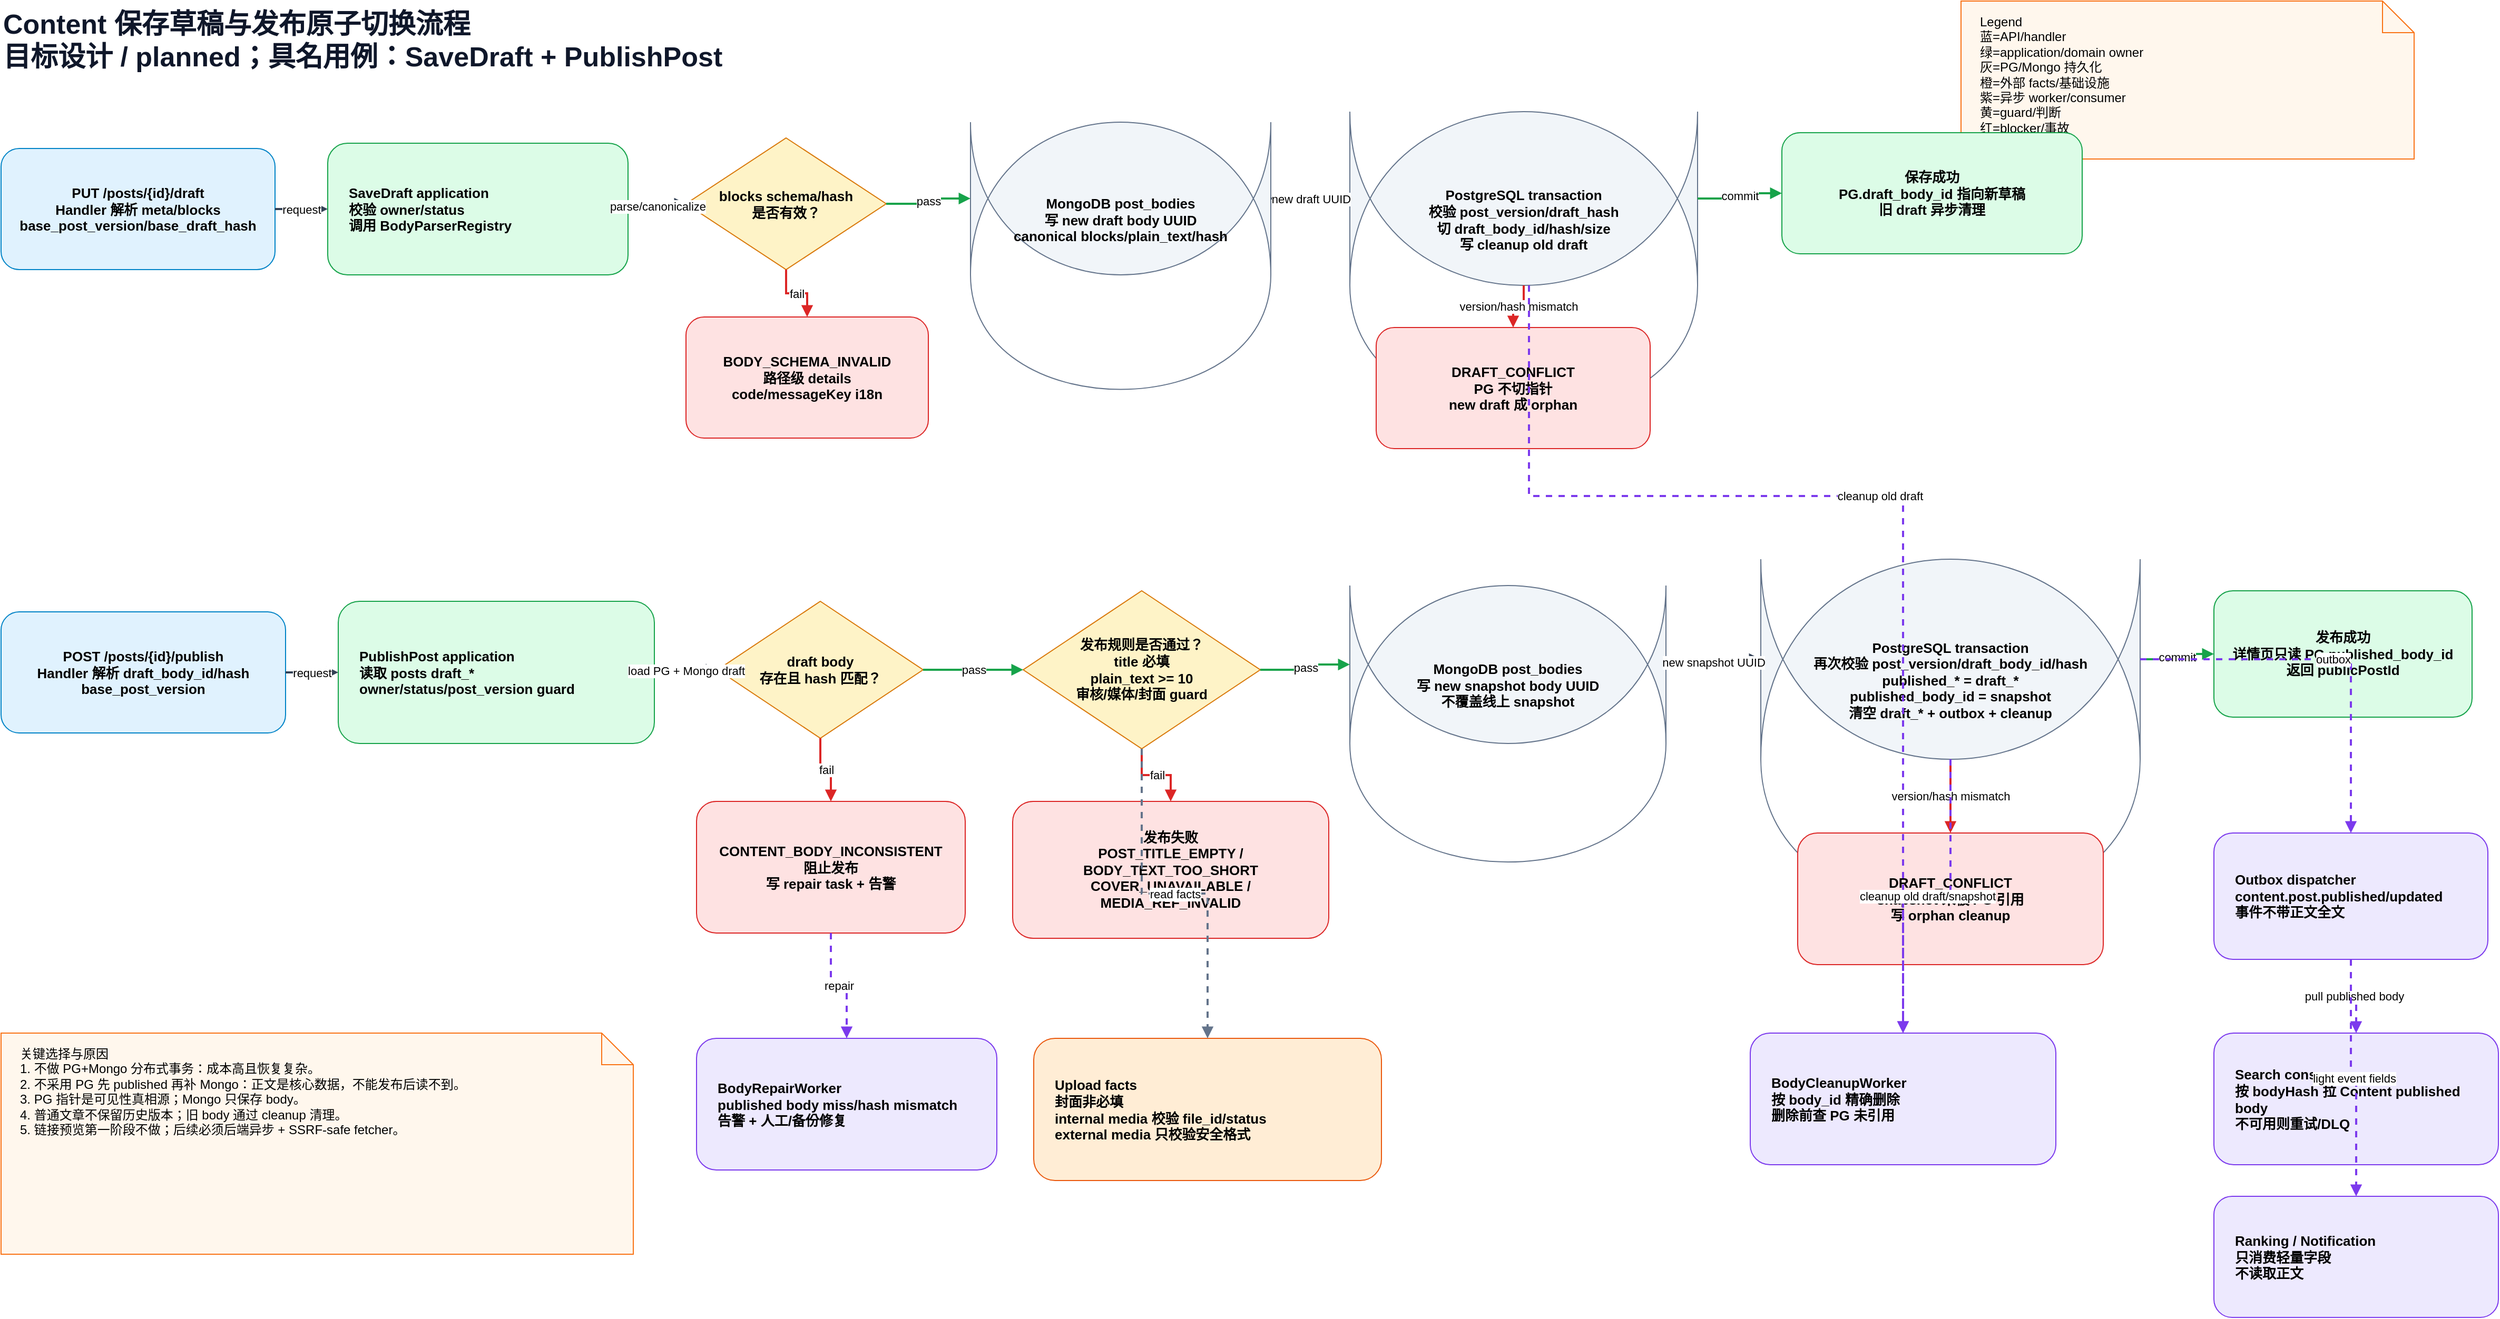
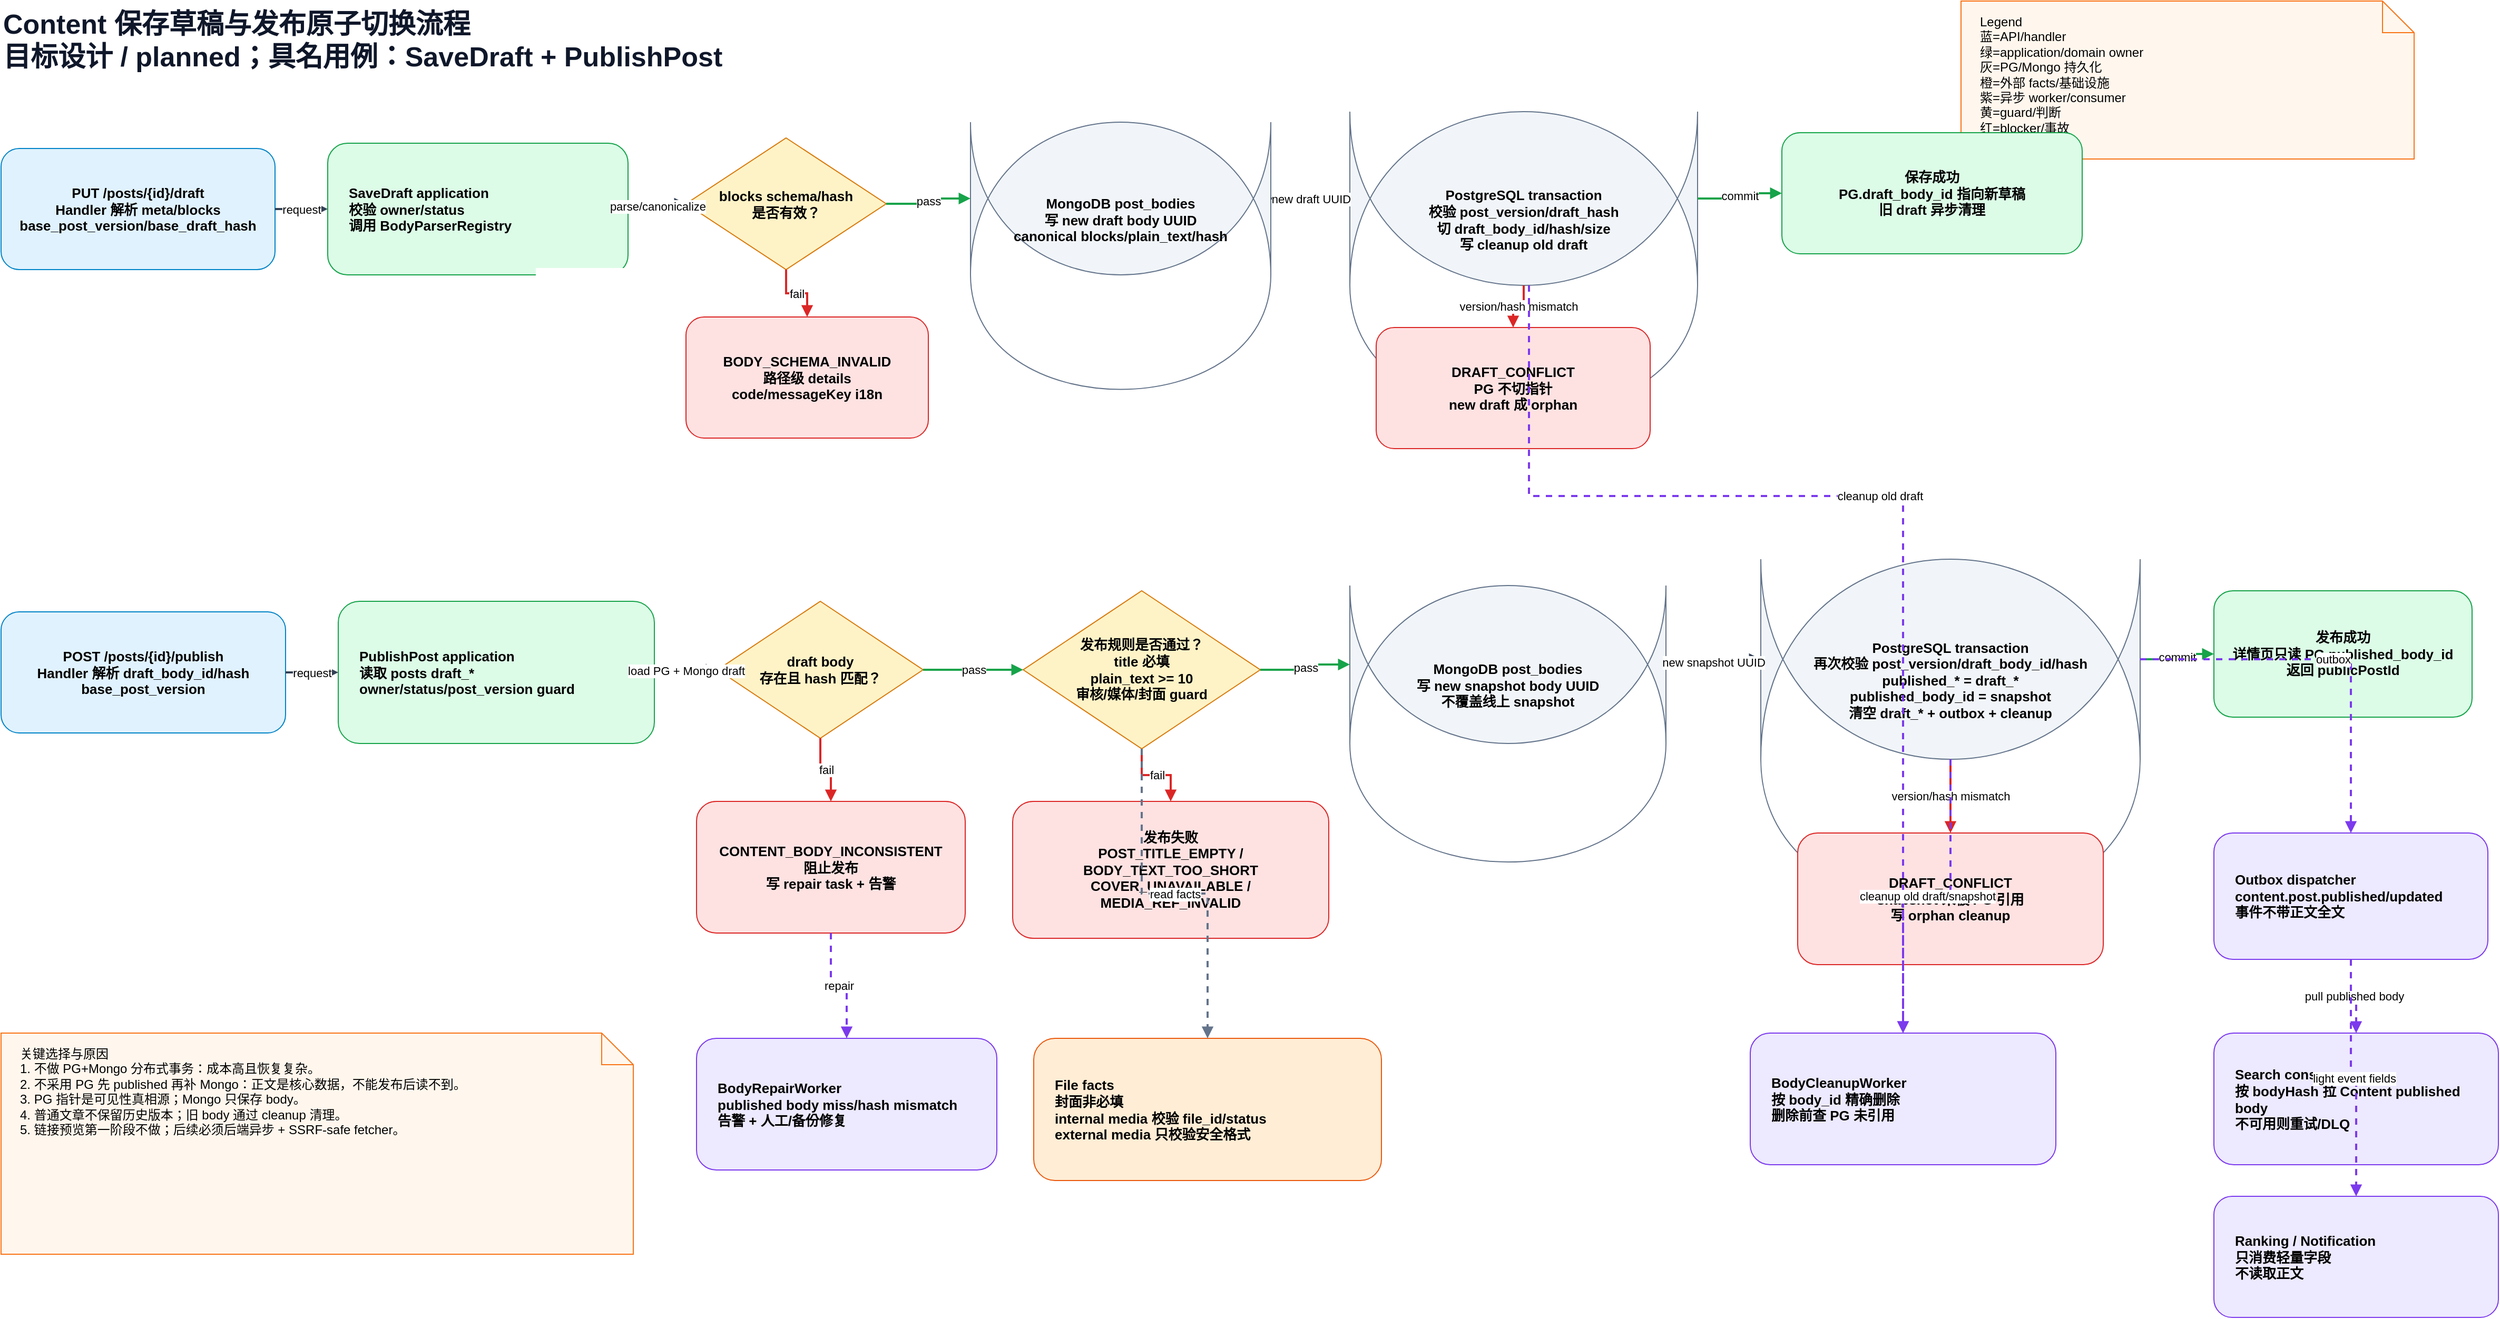
<mxfile host="app.diagrams.net" modified="2026-06-26T00:00:00.000Z" agent="Codex" version="30.0.2" type="device">
  <diagram id="content-publish-workflow" name="Content 保存草稿与发布原子切换流程">
    <mxGraphModel dx="2400" dy="1350" grid="1" gridSize="10" guides="1" tooltips="1" connect="1" arrows="1" fold="1" page="1" pageScale="1" pageWidth="2400" pageHeight="1350" math="0" shadow="0">
      <root>
        <mxCell id="0"/>
        <mxCell id="1" parent="0"/>
        <mxCell id="title" value="Content 保存草稿与发布原子切换流程&#xa;目标设计 / planned；具名用例：SaveDraft + PublishPost" style="text;html=1;strokeColor=none;fillColor=none;align=left;verticalAlign=top;whiteSpace=wrap;fontSize=26;fontStyle=1;fontColor=#0f172a;" vertex="1" parent="1"><mxGeometry x="40" y="30" width="1500" height="80" as="geometry"/></mxCell>
        <mxCell id="legend" value="Legend&#xa;蓝=API/handler&#xa;绿=application/domain owner&#xa;灰=PG/Mongo 持久化&#xa;橙=外部 facts/基础设施&#xa;紫=异步 worker/consumer&#xa;黄=guard/判断&#xa;红=blocker/事故" style="shape=note;whiteSpace=wrap;html=1;fillColor=#fff7ed;strokeColor=#f97316;fontSize=12;align=left;verticalAlign=top;spacing=8;spacingLeft=10;" vertex="1" parent="1"><mxGeometry x="1900" y="30" width="430" height="150" as="geometry"/></mxCell>

        <mxCell id="draft-entry" value="PUT /posts/{id}/draft&#xa;Handler 解析 meta/blocks&#xa;base_post_version/base_draft_hash" style="rounded=1;whiteSpace=wrap;html=1;fillColor=#e0f2fe;strokeColor=#0284c7;fontSize=13;fontStyle=1;align=center;verticalAlign=middle;spacing=8;" vertex="1" parent="1"><mxGeometry x="40" y="170" width="260" height="115" as="geometry"/></mxCell>
        <mxCell id="draft-app" value="SaveDraft application&#xa;校验 owner/status&#xa;调用 BodyParserRegistry" style="rounded=1;whiteSpace=wrap;html=1;fillColor=#dcfce7;strokeColor=#16a34a;fontSize=13;fontStyle=1;align=left;verticalAlign=middle;spacing=8;spacingLeft=12;" vertex="1" parent="1"><mxGeometry x="350" y="165" width="285" height="125" as="geometry"/></mxCell>
        <mxCell id="schema-guard" value="blocks schema/hash&#xa;是否有效？" style="rhombus;whiteSpace=wrap;html=1;fillColor=#fef3c7;strokeColor=#d97706;fontSize=13;fontStyle=1;align=center;verticalAlign=middle;spacing=6;" vertex="1" parent="1"><mxGeometry x="690" y="160" width="190" height="125" as="geometry"/></mxCell>
        <mxCell id="schema-blocker" value="BODY_SCHEMA_INVALID&#xa;路径级 details&#xa;code/messageKey i18n" style="rounded=1;whiteSpace=wrap;html=1;fillColor=#fee2e2;strokeColor=#dc2626;fontSize=13;fontStyle=1;align=center;verticalAlign=middle;spacing=8;" vertex="1" parent="1"><mxGeometry x="690" y="330" width="230" height="115" as="geometry"/></mxCell>
        <mxCell id="mongo-draft" value="MongoDB post_bodies&#xa;写 new draft body UUID&#xa;canonical blocks/plain_text/hash" style="shape=cylinder;whiteSpace=wrap;html=1;boundedLbl=1;backgroundOutline=1;size=15;fillColor=#f1f5f9;strokeColor=#64748b;fontSize=13;fontStyle=1;align=center;verticalAlign=middle;spacing=8;" vertex="1" parent="1"><mxGeometry x="960" y="145" width="285" height="145" as="geometry"/></mxCell>
        <mxCell id="pg-draft-tx" value="PostgreSQL transaction&#xa;校验 post_version/draft_hash&#xa;切 draft_body_id/hash/size&#xa;写 cleanup old draft" style="shape=cylinder;whiteSpace=wrap;html=1;boundedLbl=1;backgroundOutline=1;size=15;fillColor=#f1f5f9;strokeColor=#64748b;fontSize=13;fontStyle=1;align=center;verticalAlign=middle;spacing=8;" vertex="1" parent="1"><mxGeometry x="1320" y="135" width="330" height="165" as="geometry"/></mxCell>
        <mxCell id="draft-conflict" value="DRAFT_CONFLICT&#xa;PG 不切指针&#xa;new draft 成 orphan" style="rounded=1;whiteSpace=wrap;html=1;fillColor=#fee2e2;strokeColor=#dc2626;fontSize=13;fontStyle=1;align=center;verticalAlign=middle;spacing=8;" vertex="1" parent="1"><mxGeometry x="1345" y="340" width="260" height="115" as="geometry"/></mxCell>
        <mxCell id="draft-ok" value="保存成功&#xa;PG.draft_body_id 指向新草稿&#xa;旧 draft 异步清理" style="rounded=1;whiteSpace=wrap;html=1;fillColor=#dcfce7;strokeColor=#16a34a;fontSize=13;fontStyle=1;align=center;verticalAlign=middle;spacing=8;" vertex="1" parent="1"><mxGeometry x="1730" y="155" width="285" height="115" as="geometry"/></mxCell>

        <mxCell id="publish-entry" value="POST /posts/{id}/publish&#xa;Handler 解析 draft_body_id/hash&#xa;base_post_version" style="rounded=1;whiteSpace=wrap;html=1;fillColor=#e0f2fe;strokeColor=#0284c7;fontSize=13;fontStyle=1;align=center;verticalAlign=middle;spacing=8;" vertex="1" parent="1"><mxGeometry x="40" y="610" width="270" height="115" as="geometry"/></mxCell>
        <mxCell id="publish-app" value="PublishPost application&#xa;读取 posts draft_*&#xa;owner/status/post_version guard" style="rounded=1;whiteSpace=wrap;html=1;fillColor=#dcfce7;strokeColor=#16a34a;fontSize=13;fontStyle=1;align=left;verticalAlign=middle;spacing=8;spacingLeft=12;" vertex="1" parent="1"><mxGeometry x="360" y="600" width="300" height="135" as="geometry"/></mxCell>
        <mxCell id="draft-exists" value="draft body&#xa;存在且 hash 匹配？" style="rhombus;whiteSpace=wrap;html=1;fillColor=#fef3c7;strokeColor=#d97706;fontSize=13;fontStyle=1;align=center;verticalAlign=middle;spacing=6;" vertex="1" parent="1"><mxGeometry x="720" y="600" width="195" height="130" as="geometry"/></mxCell>
        <mxCell id="repair-task" value="CONTENT_BODY_INCONSISTENT&#xa;阻止发布&#xa;写 repair task + 告警" style="rounded=1;whiteSpace=wrap;html=1;fillColor=#fee2e2;strokeColor=#dc2626;fontSize=13;fontStyle=1;align=center;verticalAlign=middle;spacing=8;" vertex="1" parent="1"><mxGeometry x="700" y="790" width="255" height="125" as="geometry"/></mxCell>
        <mxCell id="publish-rules" value="发布规则是否通过？&#xa;title 必填&#xa;plain_text &gt;= 10&#xa;审核/媒体/封面 guard" style="rhombus;whiteSpace=wrap;html=1;fillColor=#fef3c7;strokeColor=#d97706;fontSize=13;fontStyle=1;align=center;verticalAlign=middle;spacing=6;" vertex="1" parent="1"><mxGeometry x="1010" y="590" width="225" height="150" as="geometry"/></mxCell>
        <mxCell id="publish-blocked" value="发布失败&#xa;POST_TITLE_EMPTY / BODY_TEXT_TOO_SHORT&#xa;COVER_UNAVAILABLE / MEDIA_REF_INVALID" style="rounded=1;whiteSpace=wrap;html=1;fillColor=#fee2e2;strokeColor=#dc2626;fontSize=13;fontStyle=1;align=center;verticalAlign=middle;spacing=8;" vertex="1" parent="1"><mxGeometry x="1000" y="790" width="300" height="130" as="geometry"/></mxCell>
-         <mxCell id="upload-facts" value="Upload facts&#xa;封面非必填&#xa;internal media 校验 file_id/status&#xa;external media 只校验安全格式" style="rounded=1;whiteSpace=wrap;html=1;fillColor=#ffedd5;strokeColor=#ea580c;fontSize=13;fontStyle=1;align=left;verticalAlign=middle;spacing=8;spacingLeft=12;" vertex="1" parent="1"><mxGeometry x="1020" y="1015" width="330" height="135" as="geometry"/></mxCell>
+         <mxCell id="upload-facts" value="File facts&#xa;封面非必填&#xa;internal media 校验 file_id/status&#xa;external media 只校验安全格式" style="rounded=1;whiteSpace=wrap;html=1;fillColor=#ffedd5;strokeColor=#ea580c;fontSize=13;fontStyle=1;align=left;verticalAlign=middle;spacing=8;spacingLeft=12;" vertex="1" parent="1"><mxGeometry x="1020" y="1015" width="330" height="135" as="geometry"/></mxCell>
        <mxCell id="mongo-snapshot" value="MongoDB post_bodies&#xa;写 new snapshot body UUID&#xa;不覆盖线上 snapshot" style="shape=cylinder;whiteSpace=wrap;html=1;boundedLbl=1;backgroundOutline=1;size=15;fillColor=#f1f5f9;strokeColor=#64748b;fontSize=13;fontStyle=1;align=center;verticalAlign=middle;spacing=8;" vertex="1" parent="1"><mxGeometry x="1320" y="585" width="300" height="150" as="geometry"/></mxCell>
        <mxCell id="pg-publish-tx" value="PostgreSQL transaction&#xa;再次校验 post_version/draft_body_id/hash&#xa;published_* = draft_*&#xa;published_body_id = snapshot&#xa;清空 draft_* + outbox + cleanup" style="shape=cylinder;whiteSpace=wrap;html=1;boundedLbl=1;backgroundOutline=1;size=15;fillColor=#f1f5f9;strokeColor=#64748b;fontSize=13;fontStyle=1;align=center;verticalAlign=middle;spacing=8;" vertex="1" parent="1"><mxGeometry x="1710" y="560" width="360" height="190" as="geometry"/></mxCell>
        <mxCell id="publish-conflict" value="DRAFT_CONFLICT&#xa;snapshot 未被 PG 引用&#xa;写 orphan cleanup" style="rounded=1;whiteSpace=wrap;html=1;fillColor=#fee2e2;strokeColor=#dc2626;fontSize=13;fontStyle=1;align=center;verticalAlign=middle;spacing=8;" vertex="1" parent="1"><mxGeometry x="1745" y="820" width="290" height="125" as="geometry"/></mxCell>
        <mxCell id="publish-ok" value="发布成功&#xa;详情页只读 PG.published_body_id&#xa;返回 publicPostId" style="rounded=1;whiteSpace=wrap;html=1;fillColor=#dcfce7;strokeColor=#16a34a;fontSize=13;fontStyle=1;align=center;verticalAlign=middle;spacing=8;" vertex="1" parent="1"><mxGeometry x="2140" y="590" width="245" height="120" as="geometry"/></mxCell>

        <mxCell id="cleanup-worker" value="BodyCleanupWorker&#xa;按 body_id 精确删除&#xa;删除前查 PG 未引用" style="rounded=1;whiteSpace=wrap;html=1;fillColor=#ede9fe;strokeColor=#7c3aed;fontSize=13;fontStyle=1;align=left;verticalAlign=middle;spacing=8;spacingLeft=12;" vertex="1" parent="1"><mxGeometry x="1700" y="1010" width="290" height="125" as="geometry"/></mxCell>
        <mxCell id="repair-worker" value="BodyRepairWorker&#xa;published body miss/hash mismatch&#xa;告警 + 人工/备份修复" style="rounded=1;whiteSpace=wrap;html=1;fillColor=#ede9fe;strokeColor=#7c3aed;fontSize=13;fontStyle=1;align=left;verticalAlign=middle;spacing=8;spacingLeft=12;" vertex="1" parent="1"><mxGeometry x="700" y="1015" width="285" height="125" as="geometry"/></mxCell>
        <mxCell id="outbox-dispatcher" value="Outbox dispatcher&#xa;content.post.published/updated&#xa;事件不带正文全文" style="rounded=1;whiteSpace=wrap;html=1;fillColor=#ede9fe;strokeColor=#7c3aed;fontSize=13;fontStyle=1;align=left;verticalAlign=middle;spacing=8;spacingLeft=12;" vertex="1" parent="1"><mxGeometry x="2140" y="820" width="260" height="120" as="geometry"/></mxCell>
        <mxCell id="search-consumer" value="Search consumer&#xa;按 bodyHash 拉 Content published body&#xa;不可用则重试/DLQ" style="rounded=1;whiteSpace=wrap;html=1;fillColor=#ede9fe;strokeColor=#7c3aed;fontSize=13;fontStyle=1;align=left;verticalAlign=middle;spacing=8;spacingLeft=12;" vertex="1" parent="1"><mxGeometry x="2140" y="1010" width="270" height="125" as="geometry"/></mxCell>
        <mxCell id="rank-notify" value="Ranking / Notification&#xa;只消费轻量字段&#xa;不读取正文" style="rounded=1;whiteSpace=wrap;html=1;fillColor=#ede9fe;strokeColor=#7c3aed;fontSize=13;fontStyle=1;align=left;verticalAlign=middle;spacing=8;spacingLeft=12;" vertex="1" parent="1"><mxGeometry x="2140" y="1165" width="270" height="115" as="geometry"/></mxCell>
        <mxCell id="note" value="关键选择与原因&#xa;1. 不做 PG+Mongo 分布式事务：成本高且恢复复杂。&#xa;2. 不采用 PG 先 published 再补 Mongo：正文是核心数据，不能发布后读不到。&#xa;3. PG 指针是可见性真相源；Mongo 只保存 body。&#xa;4. 普通文章不保留历史版本；旧 body 通过 cleanup 清理。&#xa;5. 链接预览第一阶段不做；后续必须后端异步 + SSRF-safe fetcher。" style="shape=note;whiteSpace=wrap;html=1;fillColor=#fff7ed;strokeColor=#f97316;fontSize=12;align=left;verticalAlign=top;spacing=8;spacingLeft=10;" vertex="1" parent="1"><mxGeometry x="40" y="1010" width="600" height="210" as="geometry"/></mxCell>

        <mxCell id="e1" value="request" style="edgeStyle=orthogonalEdgeStyle;rounded=0;orthogonalLoop=1;jettySize=auto;html=1;endArrow=block;strokeColor=#334155;strokeWidth=2;" edge="1" parent="1" source="draft-entry" target="draft-app"><mxGeometry relative="1" as="geometry"/></mxCell>
        <mxCell id="e2" value="parse/canonicalize" style="edgeStyle=orthogonalEdgeStyle;rounded=0;orthogonalLoop=1;jettySize=auto;html=1;endArrow=block;strokeColor=#334155;strokeWidth=2;" edge="1" parent="1" source="draft-app" target="schema-guard"><mxGeometry relative="1" as="geometry"/></mxCell>
        <mxCell id="e3" value="fail" style="edgeStyle=orthogonalEdgeStyle;rounded=0;orthogonalLoop=1;jettySize=auto;html=1;endArrow=block;strokeColor=#dc2626;strokeWidth=2;" edge="1" parent="1" source="schema-guard" target="schema-blocker"><mxGeometry relative="1" as="geometry"/></mxCell>
        <mxCell id="e4" value="pass" style="edgeStyle=orthogonalEdgeStyle;rounded=0;orthogonalLoop=1;jettySize=auto;html=1;endArrow=block;strokeColor=#16a34a;strokeWidth=2;" edge="1" parent="1" source="schema-guard" target="mongo-draft"><mxGeometry relative="1" as="geometry"/></mxCell>
        <mxCell id="e5" value="new draft UUID" style="edgeStyle=orthogonalEdgeStyle;rounded=0;orthogonalLoop=1;jettySize=auto;html=1;endArrow=block;strokeColor=#334155;strokeWidth=2;" edge="1" parent="1" source="mongo-draft" target="pg-draft-tx"><mxGeometry relative="1" as="geometry"/></mxCell>
        <mxCell id="e6" value="version/hash mismatch" style="edgeStyle=orthogonalEdgeStyle;rounded=0;orthogonalLoop=1;jettySize=auto;html=1;endArrow=block;strokeColor=#dc2626;strokeWidth=2;" edge="1" parent="1" source="pg-draft-tx" target="draft-conflict"><mxGeometry relative="1" as="geometry"/></mxCell>
        <mxCell id="e7" value="commit" style="edgeStyle=orthogonalEdgeStyle;rounded=0;orthogonalLoop=1;jettySize=auto;html=1;endArrow=block;strokeColor=#16a34a;strokeWidth=2;" edge="1" parent="1" source="pg-draft-tx" target="draft-ok"><mxGeometry relative="1" as="geometry"/></mxCell>
        <mxCell id="e8" value="cleanup old draft" style="edgeStyle=orthogonalEdgeStyle;rounded=0;orthogonalLoop=1;jettySize=auto;html=1;endArrow=block;dashed=1;strokeColor=#7c3aed;strokeWidth=2;" edge="1" parent="1" source="pg-draft-tx" target="cleanup-worker"><mxGeometry relative="1" as="geometry"><Array as="points"><mxPoint x="1490" y="500"/><mxPoint x="1845" y="500"/></Array></mxGeometry></mxCell>

        <mxCell id="e9" value="request" style="edgeStyle=orthogonalEdgeStyle;rounded=0;orthogonalLoop=1;jettySize=auto;html=1;endArrow=block;strokeColor=#334155;strokeWidth=2;" edge="1" parent="1" source="publish-entry" target="publish-app"><mxGeometry relative="1" as="geometry"/></mxCell>
        <mxCell id="e10" value="load PG + Mongo draft" style="edgeStyle=orthogonalEdgeStyle;rounded=0;orthogonalLoop=1;jettySize=auto;html=1;endArrow=block;strokeColor=#334155;strokeWidth=2;" edge="1" parent="1" source="publish-app" target="draft-exists"><mxGeometry relative="1" as="geometry"/></mxCell>
        <mxCell id="e11" value="fail" style="edgeStyle=orthogonalEdgeStyle;rounded=0;orthogonalLoop=1;jettySize=auto;html=1;endArrow=block;strokeColor=#dc2626;strokeWidth=2;" edge="1" parent="1" source="draft-exists" target="repair-task"><mxGeometry relative="1" as="geometry"/></mxCell>
        <mxCell id="e12" value="pass" style="edgeStyle=orthogonalEdgeStyle;rounded=0;orthogonalLoop=1;jettySize=auto;html=1;endArrow=block;strokeColor=#16a34a;strokeWidth=2;" edge="1" parent="1" source="draft-exists" target="publish-rules"><mxGeometry relative="1" as="geometry"/></mxCell>
        <mxCell id="e13" value="fail" style="edgeStyle=orthogonalEdgeStyle;rounded=0;orthogonalLoop=1;jettySize=auto;html=1;endArrow=block;strokeColor=#dc2626;strokeWidth=2;" edge="1" parent="1" source="publish-rules" target="publish-blocked"><mxGeometry relative="1" as="geometry"/></mxCell>
        <mxCell id="e14" value="read facts" style="edgeStyle=orthogonalEdgeStyle;rounded=0;orthogonalLoop=1;jettySize=auto;html=1;endArrow=block;dashed=1;strokeColor=#64748b;strokeWidth=2;" edge="1" parent="1" source="publish-rules" target="upload-facts"><mxGeometry relative="1" as="geometry"/></mxCell>
        <mxCell id="e15" value="pass" style="edgeStyle=orthogonalEdgeStyle;rounded=0;orthogonalLoop=1;jettySize=auto;html=1;endArrow=block;strokeColor=#16a34a;strokeWidth=2;" edge="1" parent="1" source="publish-rules" target="mongo-snapshot"><mxGeometry relative="1" as="geometry"/></mxCell>
        <mxCell id="e16" value="new snapshot UUID" style="edgeStyle=orthogonalEdgeStyle;rounded=0;orthogonalLoop=1;jettySize=auto;html=1;endArrow=block;strokeColor=#334155;strokeWidth=2;" edge="1" parent="1" source="mongo-snapshot" target="pg-publish-tx"><mxGeometry relative="1" as="geometry"/></mxCell>
        <mxCell id="e17" value="version/hash mismatch" style="edgeStyle=orthogonalEdgeStyle;rounded=0;orthogonalLoop=1;jettySize=auto;html=1;endArrow=block;strokeColor=#dc2626;strokeWidth=2;" edge="1" parent="1" source="pg-publish-tx" target="publish-conflict"><mxGeometry relative="1" as="geometry"/></mxCell>
        <mxCell id="e18" value="commit" style="edgeStyle=orthogonalEdgeStyle;rounded=0;orthogonalLoop=1;jettySize=auto;html=1;endArrow=block;strokeColor=#16a34a;strokeWidth=2;" edge="1" parent="1" source="pg-publish-tx" target="publish-ok"><mxGeometry relative="1" as="geometry"/></mxCell>
        <mxCell id="e19" value="cleanup old draft/snapshot" style="edgeStyle=orthogonalEdgeStyle;rounded=0;orthogonalLoop=1;jettySize=auto;html=1;endArrow=block;dashed=1;strokeColor=#7c3aed;strokeWidth=2;" edge="1" parent="1" source="pg-publish-tx" target="cleanup-worker"><mxGeometry relative="1" as="geometry"/></mxCell>
        <mxCell id="e20" value="repair" style="edgeStyle=orthogonalEdgeStyle;rounded=0;orthogonalLoop=1;jettySize=auto;html=1;endArrow=block;dashed=1;strokeColor=#7c3aed;strokeWidth=2;" edge="1" parent="1" source="repair-task" target="repair-worker"><mxGeometry relative="1" as="geometry"/></mxCell>
        <mxCell id="e21" value="outbox" style="edgeStyle=orthogonalEdgeStyle;rounded=0;orthogonalLoop=1;jettySize=auto;html=1;endArrow=block;dashed=1;strokeColor=#7c3aed;strokeWidth=2;" edge="1" parent="1" source="pg-publish-tx" target="outbox-dispatcher"><mxGeometry relative="1" as="geometry"/></mxCell>
        <mxCell id="e22" value="pull published body" style="edgeStyle=orthogonalEdgeStyle;rounded=0;orthogonalLoop=1;jettySize=auto;html=1;endArrow=block;dashed=1;strokeColor=#7c3aed;strokeWidth=2;" edge="1" parent="1" source="outbox-dispatcher" target="search-consumer"><mxGeometry relative="1" as="geometry"/></mxCell>
        <mxCell id="e23" value="light event fields" style="edgeStyle=orthogonalEdgeStyle;rounded=0;orthogonalLoop=1;jettySize=auto;html=1;endArrow=block;dashed=1;strokeColor=#7c3aed;strokeWidth=2;" edge="1" parent="1" source="outbox-dispatcher" target="rank-notify"><mxGeometry relative="1" as="geometry"/></mxCell>
      </root>
    </mxGraphModel>
  </diagram>
</mxfile>
